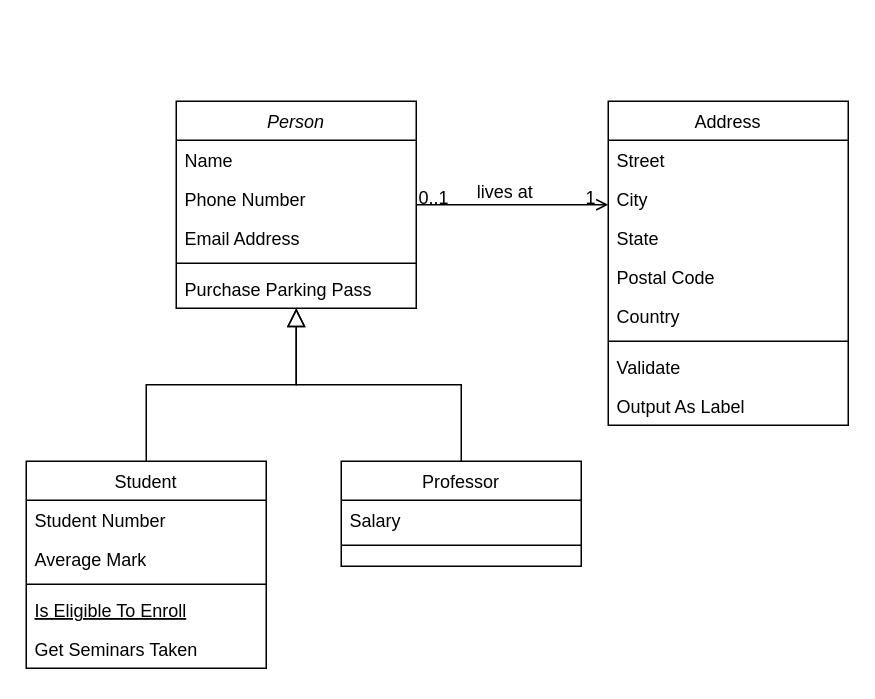
Earlier version of the draw.io diagram Diagrama sin título.drawio (CarloSam1989/Planificacion). Source tidied: cells renumbered, new cells numbered last; positions are measured from the earlier drawing's top-left corner, leaving out a move shared by most shapes. Both pictures are drawn from the tidied source at 150%, with x=0, y=0 at pixel (26, 100).
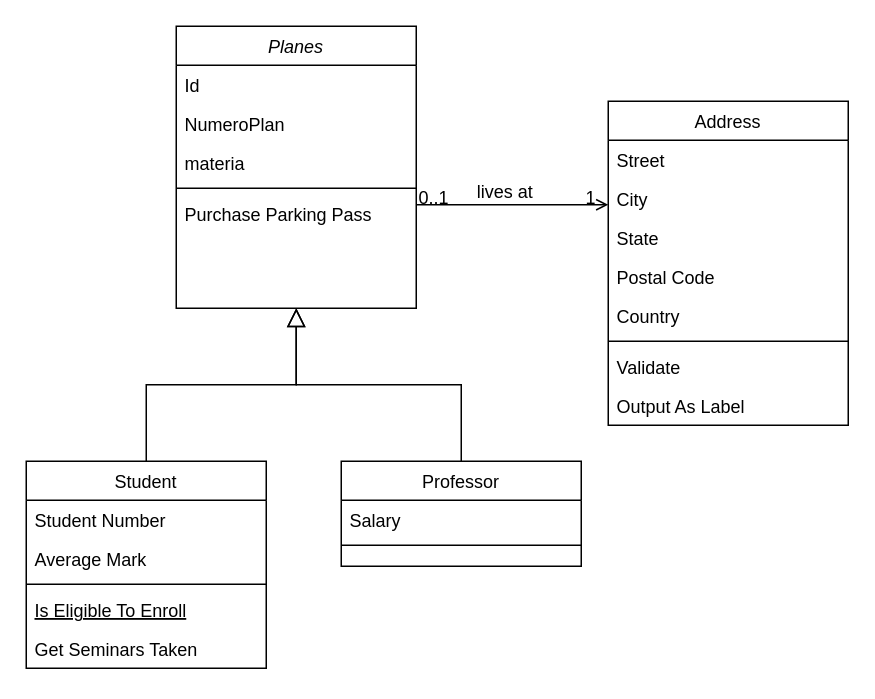
The same page after the edit.

Diff of the diagram source:
```diff
@@
-    <mxCell id="2" value="Person" style="swimlane;fontStyle=2;align=center;verticalAlign=top;horizontal=1;startSize=26;rounded=0;shadow=0;strokeWidth=1;" parent="1" vertex="1">
-      <mxGeometry x="100" width="160" height="138" as="geometry" />
+    <mxCell id="2" value="Planes" style="swimlane;fontStyle=2;align=center;verticalAlign=top;horizontal=1;startSize=26;rounded=0;shadow=0;strokeWidth=1;" parent="1" vertex="1">
+      <mxGeometry x="100" y="-50" width="160" height="188" as="geometry" />
     </mxCell>
-    <mxCell id="3" value="Name" style="text;align=left;verticalAlign=top;spacingLeft=4;spacingRight=4;overflow=hidden;" parent="2" vertex="1">
+    <mxCell id="3" value="Id" style="text;align=left;verticalAlign=top;spacingLeft=4;spacingRight=4;overflow=hidden;" parent="2" vertex="1">
       <mxGeometry y="26" width="160" height="26" as="geometry" />
     </mxCell>
-    <mxCell id="4" value="Phone Number" style="text;align=left;verticalAlign=top;spacingLeft=4;spacingRight=4;overflow=hidden;rounded=0;shadow=0;html=0;" parent="2" vertex="1">
+    <mxCell id="4" value="NumeroPlan" style="text;align=left;verticalAlign=top;spacingLeft=4;spacingRight=4;overflow=hidden;rounded=0;shadow=0;html=0;" parent="2" vertex="1">
       <mxGeometry y="52" width="160" height="26" as="geometry" />
     </mxCell>
-    <mxCell id="5" value="Email Address" style="text;align=left;verticalAlign=top;spacingLeft=4;spacingRight=4;overflow=hidden;rounded=0;shadow=0;html=0;" parent="2" vertex="1">
+    <mxCell id="5" value="materia" style="text;align=left;verticalAlign=top;spacingLeft=4;spacingRight=4;overflow=hidden;rounded=0;shadow=0;html=0;" parent="2" vertex="1">
       <mxGeometry y="78" width="160" height="26" as="geometry" />
     </mxCell>
```
